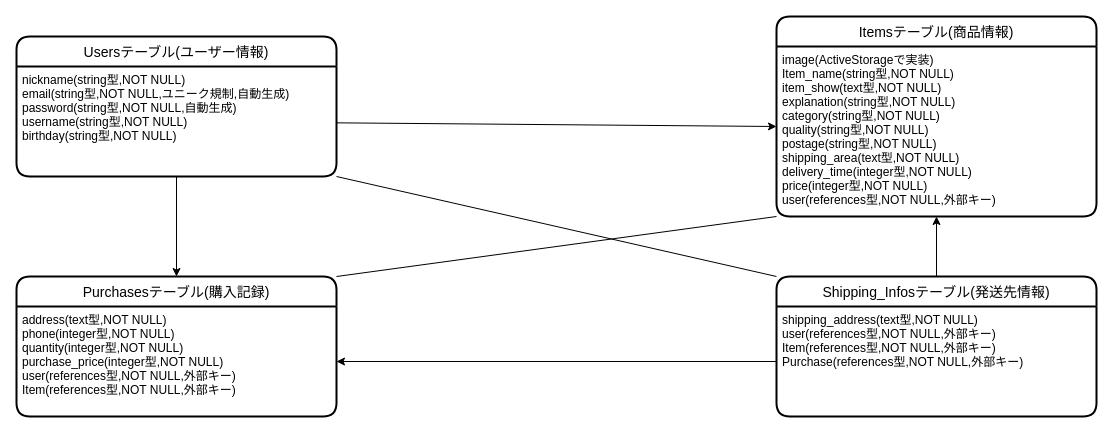
Before: furima-40151.dio in flcamp0217/furima-40151, a draw.io diagram. Source tidied: cells renumbered, new cells numbered last; positions are measured from the earlier drawing's top-left corner, leaving out a move shared by most shapes. Both pictures are drawn from the tidied source at 100%, with x=0, y=0 at pixel (16, 16).
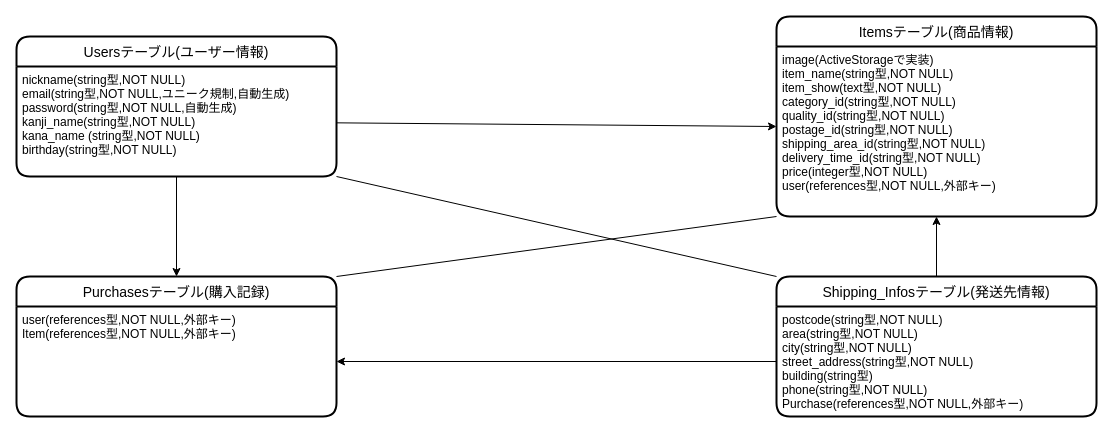
After the change.

Diff of the diagram source:
```diff
@@
 <mxGraphModel>
   <root>
     <mxCell id="0" />
     <mxCell id="1" parent="0" />
     <mxCell id="2" value="Usersテーブル(ユーザー情報)" style="swimlane;horizontal=1;startSize=30;rounded=1;fontSize=14;fontStyle=0;strokeWidth=2;shadow=0;dashed=0;align=center;" parent="1" vertex="1">
       <mxGeometry y="20" width="320" height="140" as="geometry" />
     </mxCell>
-    <mxCell id="3" value="nickname(string型,NOT NULL)&#10;email(string型,NOT NULL,ユニーク規制,自動生成)&#10;password(string型,NOT NULL,自動生成)&#10;username(string型,NOT NULL)&#10;birthday(string型,NOT NULL)" style="align=left;strokeColor=none;fillColor=none;spacingLeft=4;fontSize=12;verticalAlign=top;" parent="2" vertex="1">
+    <mxCell id="3" value="nickname(string型,NOT NULL)&#10;email(string型,NOT NULL,ユニーク規制,自動生成)&#10;password(string型,NOT NULL,自動生成)&#10;kanji_name(string型,NOT NULL)&#10;kana_name (string型,NOT NULL)&#10;birthday(string型,NOT NULL)" style="align=left;strokeColor=none;fillColor=none;spacingLeft=4;fontSize=12;verticalAlign=top;" parent="2" vertex="1">
       <mxGeometry y="30" width="320" height="110" as="geometry" />
     </mxCell>
     <mxCell id="4" value="Itemsテーブル(商品情報)" style="swimlane;horizontal=1;startSize=30;rounded=1;fontSize=14;fontStyle=0;strokeWidth=2;shadow=0;dashed=0;align=center;" parent="1" vertex="1">
       <mxGeometry x="760" width="320" height="200" as="geometry" />
     </mxCell>
-    <mxCell id="5" value="image(ActiveStorageで実装)&#10;Item_name(string型,NOT NULL)&#10;item_show(text型,NOT NULL)&#10;explanation(string型,NOT NULL)&#10;category(string型,NOT NULL)&#10;quality(string型,NOT NULL)&#10;postage(string型,NOT NULL)&#10;shipping_area(text型,NOT NULL)&#10;delivery_time(integer型,NOT NULL)&#10;price(integer型,NOT NULL)&#10;user(references型,NOT NULL,外部キー)" style="align=left;strokeColor=none;fillColor=none;spacingLeft=4;fontSize=12;verticalAlign=top;" parent="4" vertex="1">
+    <mxCell id="5" value="image(ActiveStorageで実装)&#10;item_name(string型,NOT NULL)&#10;item_show(text型,NOT NULL)&#10;category_id(string型,NOT NULL)&#10;quality_id(string型,NOT NULL)&#10;postage_id(string型,NOT NULL)&#10;shipping_area_id(string型,NOT NULL)&#10;delivery_time_id(string型,NOT NULL)&#10;price(integer型,NOT NULL)&#10;user(references型,NOT NULL,外部キー)" style="align=left;strokeColor=none;fillColor=none;spacingLeft=4;fontSize=12;verticalAlign=top;" parent="4" vertex="1">
       <mxGeometry y="30" width="320" height="170" as="geometry" />
     </mxCell>
     <mxCell id="6" value="Purchasesテーブル(購入記録)" style="swimlane;horizontal=1;startSize=30;rounded=1;fontSize=14;fontStyle=0;strokeWidth=2;shadow=0;dashed=0;align=center;" parent="1" vertex="1">
       <mxGeometry y="260" width="320" height="140" as="geometry" />
     </mxCell>
-    <mxCell id="7" value="address(text型,NOT NULL)&#10;phone(integer型,NOT NULL)&#10;quantity(integer型,NOT NULL)&#10;purchase_price(integer型,NOT NULL)&#10;user(references型,NOT NULL,外部キー)&#10;Item(references型,NOT NULL,外部キー)" style="align=left;strokeColor=none;fillColor=none;spacingLeft=4;fontSize=12;verticalAlign=top;" parent="6" vertex="1">
+    <mxCell id="7" value="user(references型,NOT NULL,外部キー)&#10;Item(references型,NOT NULL,外部キー)" style="align=left;strokeColor=none;fillColor=none;spacingLeft=4;fontSize=12;verticalAlign=top;" parent="6" vertex="1">
       <mxGeometry y="30" width="320" height="110" as="geometry" />
     </mxCell>
     <mxCell id="8" style="edgeStyle=none;html=1;exitX=0;exitY=0;exitDx=0;exitDy=0;entryX=1;entryY=1;entryDx=0;entryDy=0;endArrow=none;endFill=0;" parent="1" edge="1" source="10" target="3">
       <mxGeometry relative="1" as="geometry" />
     </mxCell>
     <mxCell id="9" style="edgeStyle=none;html=1;exitX=0.5;exitY=0;exitDx=0;exitDy=0;entryX=0.5;entryY=1;entryDx=0;entryDy=0;endArrow=classic;endFill=1;" parent="1" edge="1" source="10" target="5">
       <mxGeometry relative="1" as="geometry" />
     </mxCell>
     <mxCell id="10" value="Shipping_Infosテーブル(発送先情報)" style="swimlane;horizontal=1;startSize=30;rounded=1;fontSize=14;fontStyle=0;strokeWidth=2;shadow=0;dashed=0;align=center;" parent="1" vertex="1">
       <mxGeometry x="760" y="260" width="320" height="140" as="geometry" />
     </mxCell>
-    <mxCell id="11" value="shipping_address(text型,NOT NULL)&#10;user(references型,NOT NULL,外部キー)&#10;Item(references型,NOT NULL,外部キー)&#10;Purchase(references型,NOT NULL,外部キー)" style="align=left;strokeColor=none;fillColor=none;spacingLeft=4;fontSize=12;verticalAlign=top;" parent="10" vertex="1">
+    <mxCell id="11" value="postcode(string型,NOT NULL)&#10;area(string型,NOT NULL)&#10;city(string型,NOT NULL)&#10;street_address(string型,NOT NULL)&#10;building(string型)&#10;phone(string型,NOT NULL)&#10;Purchase(references型,NOT NULL,外部キー)" style="align=left;strokeColor=none;fillColor=none;spacingLeft=4;fontSize=12;verticalAlign=top;" parent="10" vertex="1">
       <mxGeometry y="30" width="320" height="110" as="geometry" />
     </mxCell>
     <mxCell id="12" style="edgeStyle=none;html=1;" parent="1" edge="1" source="3">
       <mxGeometry relative="1" as="geometry">
         <mxPoint x="760" y="110" as="targetPoint" />
       </mxGeometry>
     </mxCell>
     <mxCell id="13" style="edgeStyle=none;html=1;exitX=0.5;exitY=1;exitDx=0;exitDy=0;entryX=0.5;entryY=0;entryDx=0;entryDy=0;" parent="1" edge="1" source="3" target="6">
       <mxGeometry relative="1" as="geometry" />
     </mxCell>
     <mxCell id="14" style="edgeStyle=none;html=1;exitX=0;exitY=1;exitDx=0;exitDy=0;entryX=1;entryY=0;entryDx=0;entryDy=0;endArrow=none;endFill=0;" parent="1" edge="1" source="5" target="6">
       <mxGeometry relative="1" as="geometry" />
     </mxCell>
     <mxCell id="15" style="edgeStyle=none;html=1;exitX=0;exitY=0.5;exitDx=0;exitDy=0;entryX=1;entryY=0.5;entryDx=0;entryDy=0;endArrow=classic;endFill=1;" parent="1" edge="1" source="11" target="7">
       <mxGeometry relative="1" as="geometry" />
     </mxCell>
   </root>
 </mxGraphModel>
```
